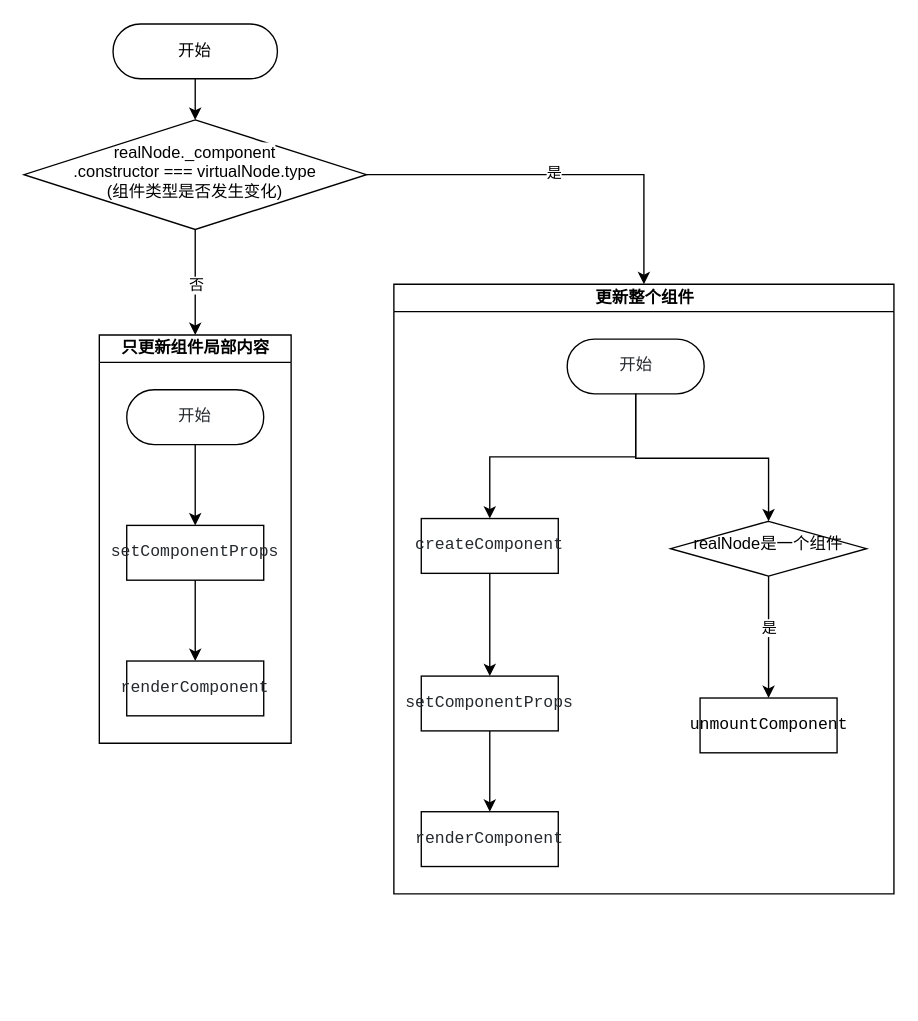
Above: page "组件diff算法" (2 of 5) of diff算法结构图.drawio in fh10178018/MiniReactFramework (draw.io), before the change. Source tidied: cells renumbered, new cells numbered last; positions are measured from the earlier drawing's top-left corner, leaving out a move shared by most shapes. Both pictures are drawn from the tidied source at 137%, with x=0, y=0 at pixel (23, 23).
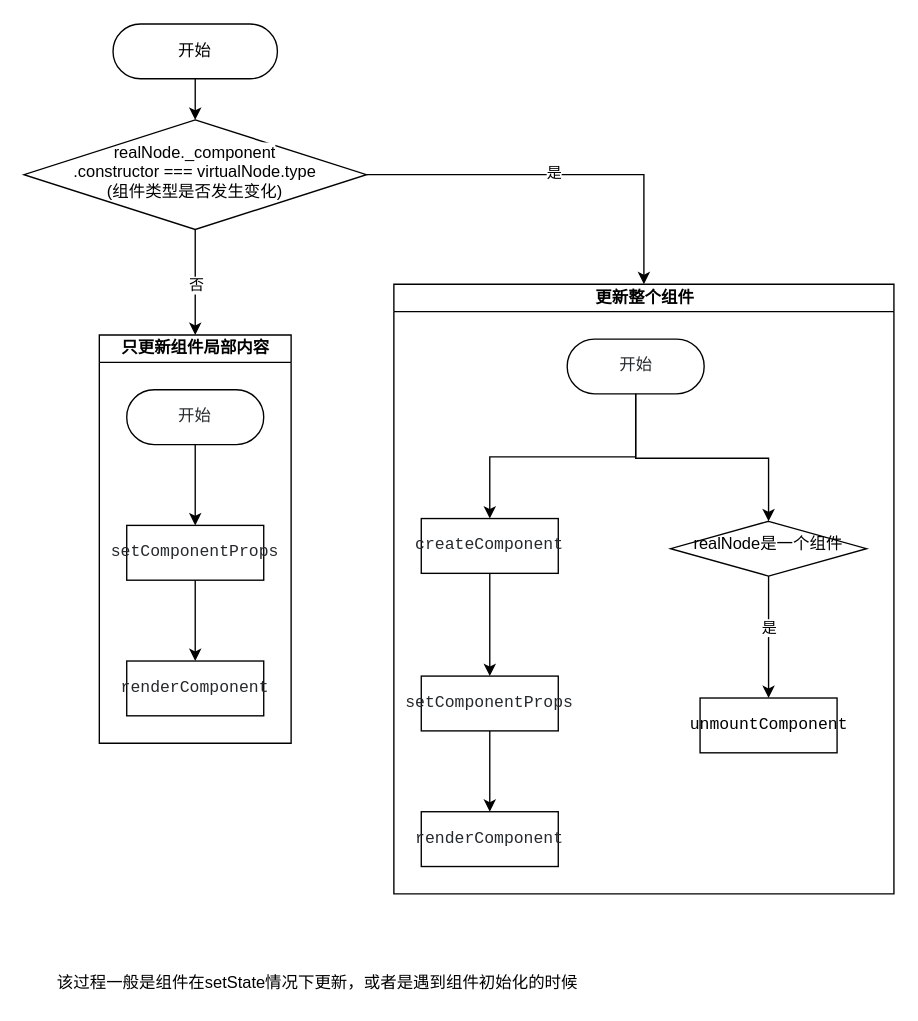
The same page after the edit.

The edit, as a diff of the source:
```diff
@@
+    <mxCell id="28" value="该过程一般是组件在setState情况下更新，或者是遇到组件初始化的时候" style="text;html=1;align=center;verticalAlign=middle;strokeColor=none;fontColor=#000000;" parent="1" vertex="1">
+      <mxGeometry x="14" y="690" width="400" height="20" as="geometry" />
+    </mxCell>
```
